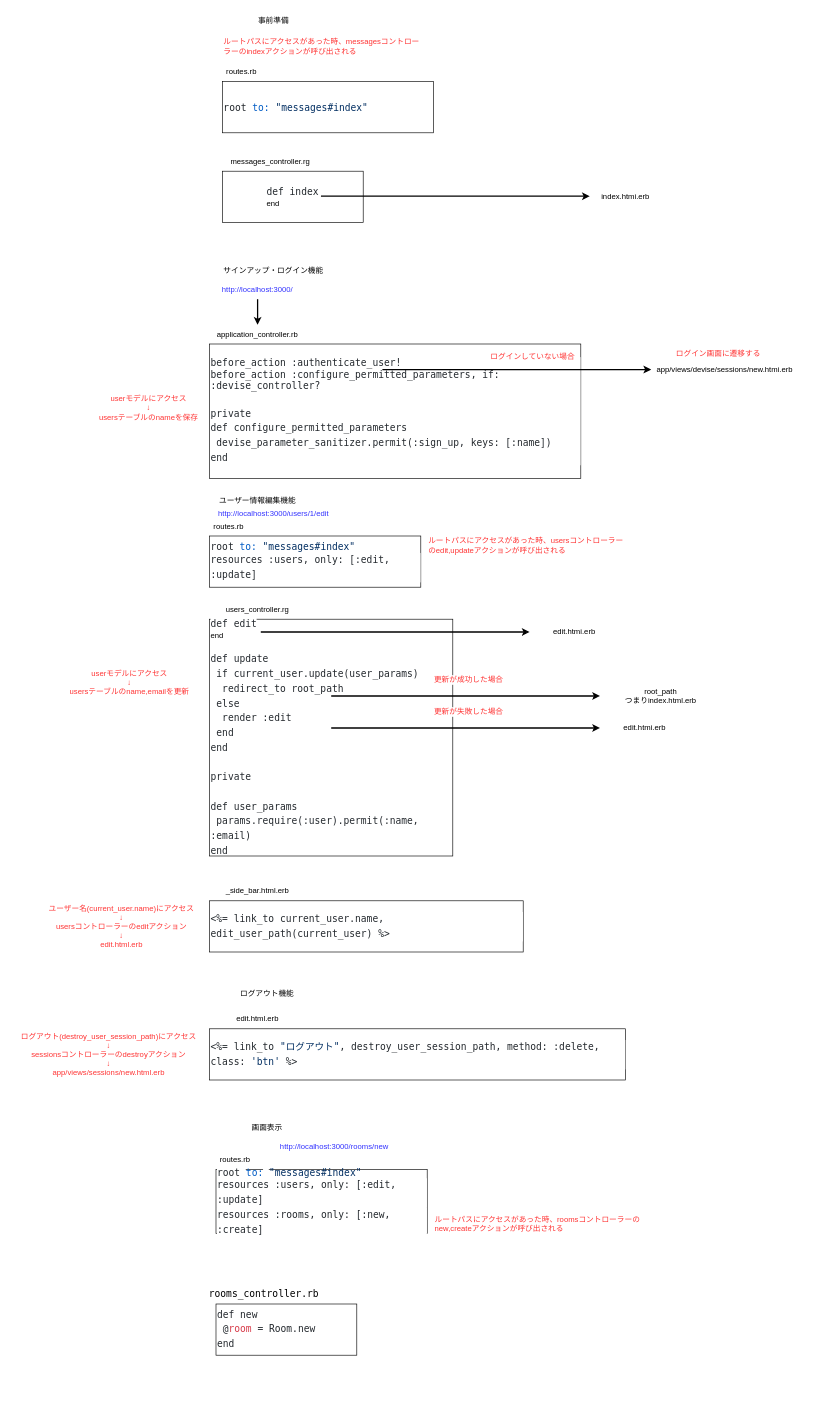
The draw.io diagram .dio in naoto7010code/chat-app3, before the edit. Source tidied: cells renumbered, new cells numbered last; positions are measured from the earlier drawing's top-left corner, leaving out a move shared by most shapes. Both pictures are drawn from the tidied source at 64%, with x=0, y=0 at pixel (11, 11).
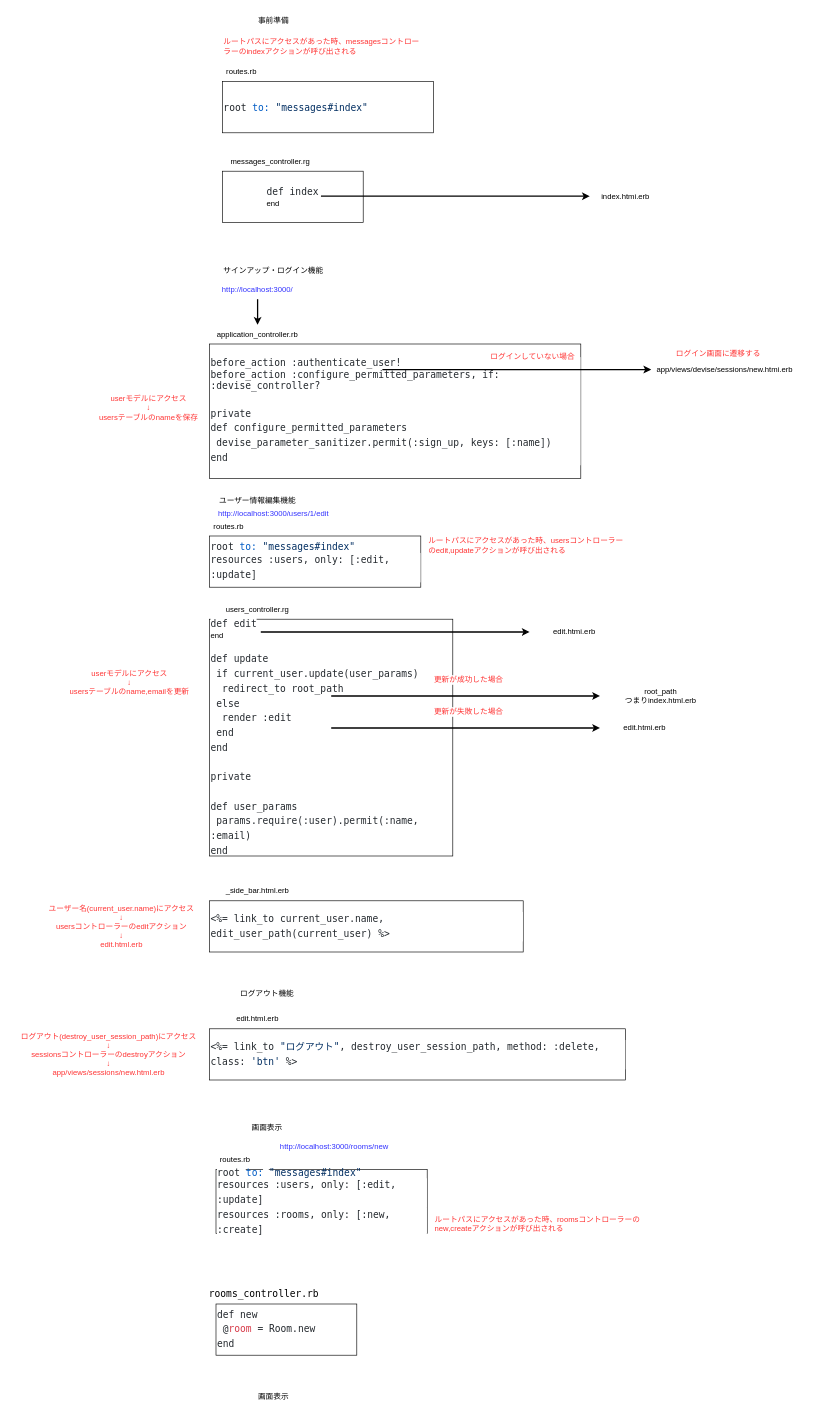
The same diagram, later.

The edit, as a diff of the source:
```diff
@@
+    <mxCell id="50" value="画面表示" style="text;html=1;strokeColor=none;fillColor=none;align=center;verticalAlign=middle;whiteSpace=wrap;rounded=0;" parent="1" vertex="1">
+      <mxGeometry x="320" y="2150" width="180" height="30" as="geometry" />
+    </mxCell>
```
